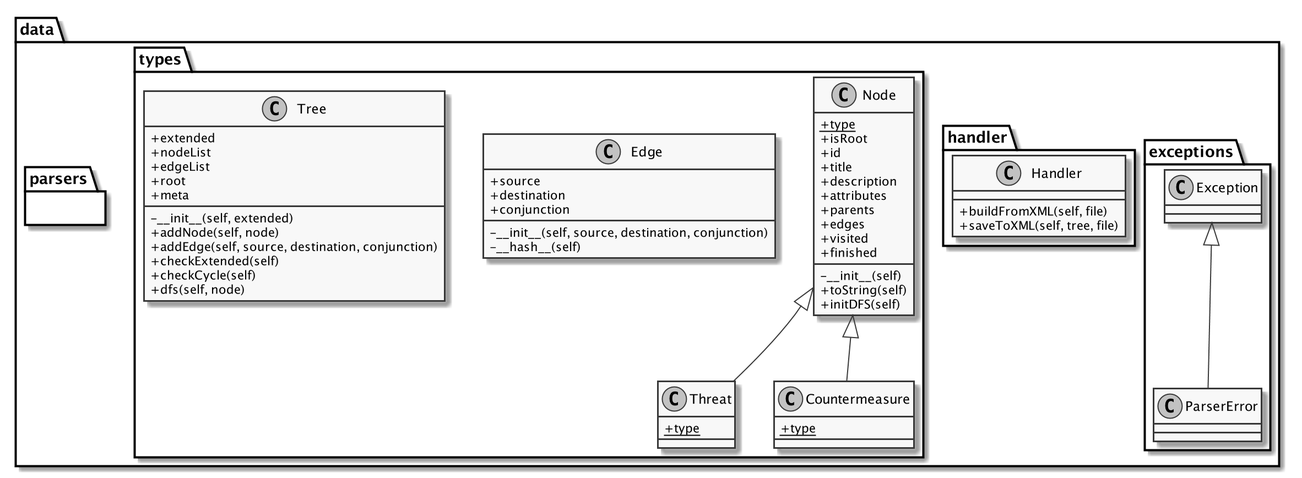
0x6b7966/attackTreeDraw keeps this PlantUML diagram as doc/uml/data.png. Above is the earlier version. Source of this version:
```plantuml
@startuml
skinparam monochrome true
skinparam classAttributeIconSize 0
scale 2

namespace data {
  namespace exceptions {
    Exception <|-- ParserError
    class ParserError {
    }

  }
  namespace handler {
    class Handler {
      +buildFromXML(self, file)
      +saveToXML(self, tree, file)
    }

  }
  namespace parsers {
  }
  namespace types {
    class Node {
      {static} +type
      +isRoot
      +id
      +title
      +description
      +attributes
      +parents
      +edges
      +visited
      +finished
      -__init__(self)
      +toString(self)
      +initDFS(self)
    }

    Node <|-- Threat
    class Threat {
      {static} +type
    }

    Node <|-- Countermeasure
    class Countermeasure {
      {static} +type
    }

    class Edge {
      +source
      +destination
      +conjunction
      -__init__(self, source, destination, conjunction)
      -__hash__(self)
    }

    class Tree {
      +extended
      +nodeList
      +edgeList
      +root
      +meta
      -__init__(self, extended)
      +addNode(self, node)
      +addEdge(self, source, destination, conjunction)
      +checkExtended(self)
      +checkCycle(self)
      +dfs(self, node)
    }

  }
}

@enduml
```
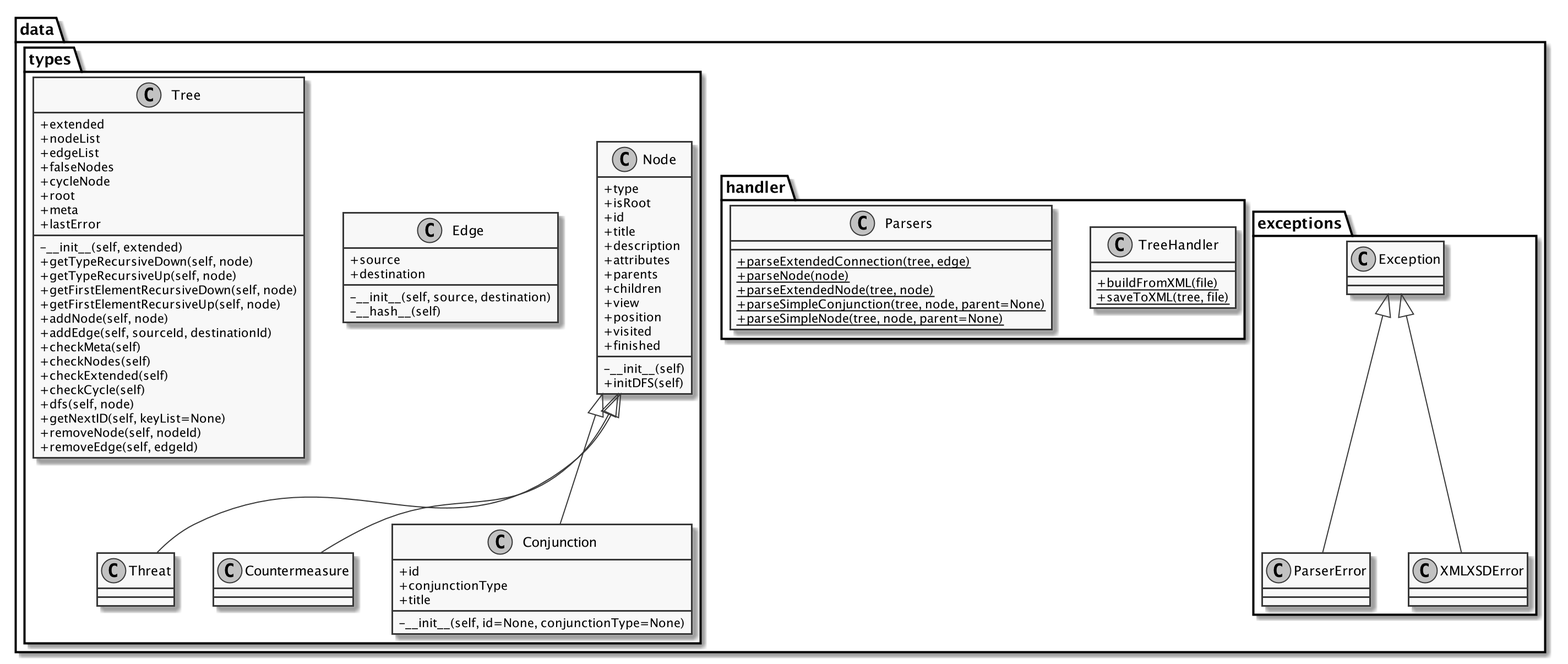
Above is the later version.

The edit, as a diff of the source:
```diff
@@ -9,48 +9,64 @@
     class ParserError {
     }
 
-  }
-  namespace handler {
-    class Handler {
-      +buildFromXML(self, file)
-      +saveToXML(self, tree, file)
+    Exception <|-- XMLXSDError
+    class XMLXSDError {
     }
 
   }
-  namespace parsers {
+  namespace handler {
+    class TreeHandler {
+      +buildFromXML(file){static}
+      +saveToXML(tree, file){static}
+    }
+
+    class Parsers {
+      +parseExtendedConnection(tree, edge){static}
+      +parseNode(node){static}
+      +parseExtendedNode(tree, node){static}
+      +parseSimpleConjunction(tree, node, parent=None){static}
+      +parseSimpleNode(tree, node, parent=None){static}
+    }
+
   }
   namespace types {
     class Node {
-      {static} +type
+      +type
       +isRoot
       +id
       +title
       +description
       +attributes
       +parents
-      +edges
+      +children
+      +view
+      +position
       +visited
       +finished
       -__init__(self)
-      +toString(self)
       +initDFS(self)
     }
 
     Node <|-- Threat
     class Threat {
-      {static} +type
     }
 
     Node <|-- Countermeasure
     class Countermeasure {
-      {static} +type
+    }
+
+    Node <|-- Conjunction
+    class Conjunction {
+      +id
+      +conjunctionType
+      +title
+      -__init__(self, id=None, conjunctionType=None)
     }
 
     class Edge {
       +source
       +destination
-      +conjunction
-      -__init__(self, source, destination, conjunction)
+      -__init__(self, source, destination)
       -__hash__(self)
     }
 
@@ -58,14 +74,26 @@
       +extended
       +nodeList
       +edgeList
+      +falseNodes
+      +cycleNode
       +root
       +meta
+      +lastError
       -__init__(self, extended)
+      +getTypeRecursiveDown(self, node)
+      +getTypeRecursiveUp(self, node)
+      +getFirstElementRecursiveDown(self, node)
+      +getFirstElementRecursiveUp(self, node)
       +addNode(self, node)
-      +addEdge(self, source, destination, conjunction)
+      +addEdge(self, sourceId, destinationId)
+      +checkMeta(self)
+      +checkNodes(self)
       +checkExtended(self)
       +checkCycle(self)
       +dfs(self, node)
+      +getNextID(self, keyList=None)
+      +removeNode(self, nodeId)
+      +removeEdge(self, edgeId)
     }
 
   }
```
